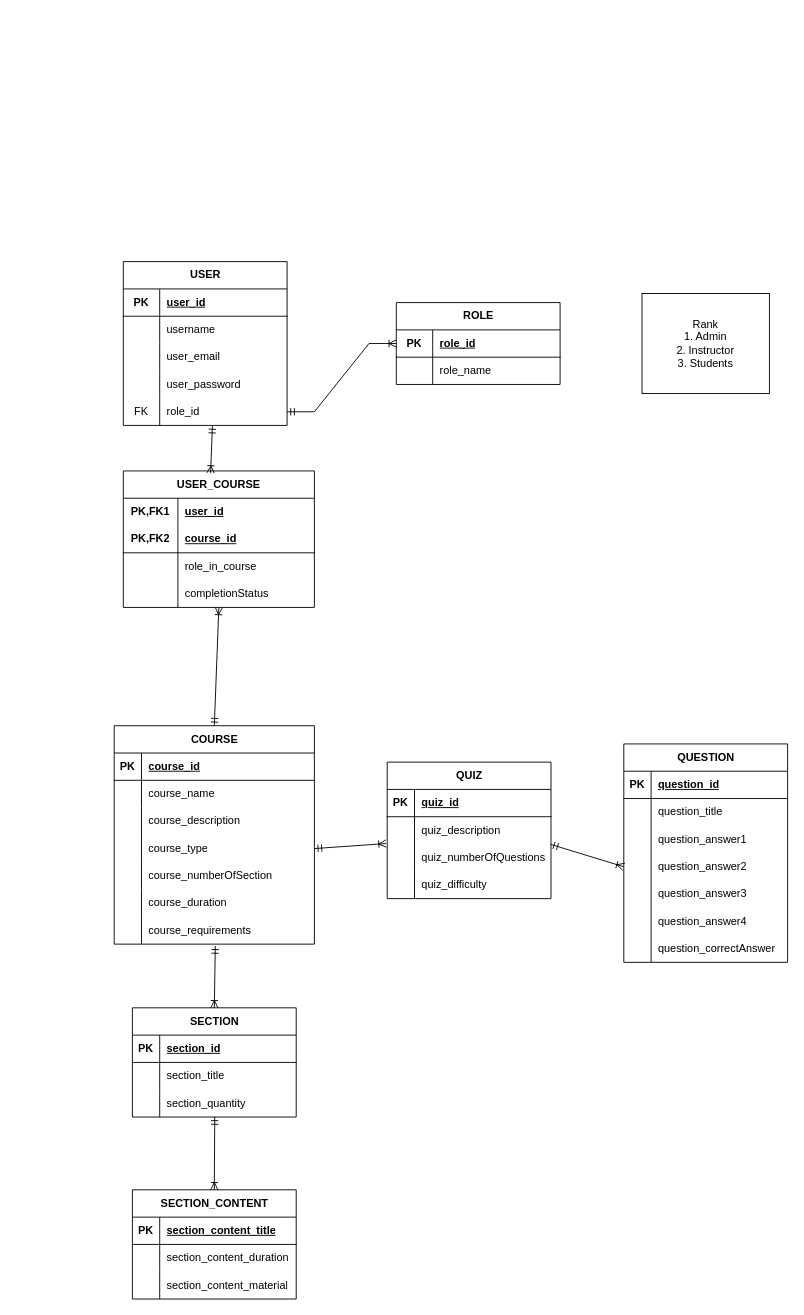
The draw.io diagram src/assets/LearnHub Initial ERD.drawio in wsomad/openlearnhub, before the edit. Source tidied: cells renumbered, new cells numbered last; positions are measured from the earlier drawing's top-left corner, leaving out a move shared by most shapes. Both pictures are drawn from the tidied source at 91%, with x=0, y=0 at pixel (114, 261).
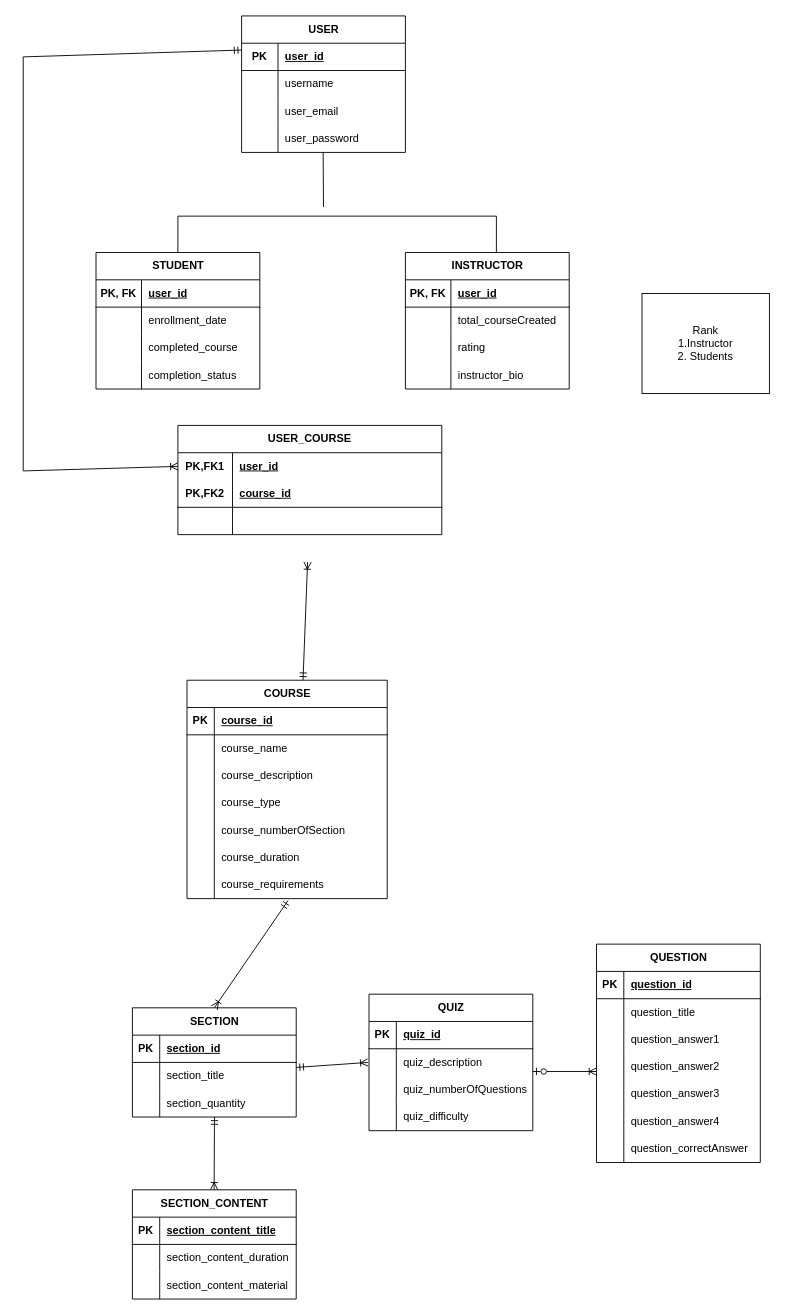
The same diagram, later.

The change refers to these unchanged cells:
```xml
<mxCell id="36" style="shape=tableRow;horizontal=0;startSize=0;swimlaneHead=0;swimlaneBody=0;fillColor=none;points=[[0,0.5],[1,0.5]];portConstraint=eastwest;top=0;left=0;right=0;bottom=0;" parent="26" vertex="1">
  <mxGeometry y="120" width="220" height="30" as="geometry" />
</mxCell>
<mxCell id="69" style="shape=tableRow;horizontal=0;startSize=0;swimlaneHead=0;swimlaneBody=0;fillColor=none;points=[[0,0.5],[1,0.5]];portConstraint=eastwest;top=0;left=0;right=0;bottom=0;" parent="62" vertex="1">
  <mxGeometry y="90" width="180" height="30" as="geometry" />
</mxCell>
<mxCell id="85" style="shape=tableRow;horizontal=0;startSize=0;swimlaneHead=0;swimlaneBody=0;fillColor=none;points=[[0,0.5],[1,0.5]];portConstraint=eastwest;top=0;left=0;right=0;bottom=0;" parent="75" vertex="1">
  <mxGeometry y="120" width="180" height="30" as="geometry" />
</mxCell>
<mxCell id="101" value="SECTION_CONTENT" style="shape=table;startSize=30;childLayout=tableLayout;rowLines=0;fontStyle=1;align=center;html=1;" parent="1" vertex="1">
  <mxGeometry x="20" y="1020" width="180" height="120" as="geometry" />
</mxCell>
```

Change to the diagram source:
```diff
@@
     <mxCell id="2" value="USER" style="shape=table;startSize=30;childLayout=tableLayout;rowLines=0;fontStyle=1;align=center;html=1;" parent="1" vertex="1">
-      <mxGeometry x="10" width="180" height="180" as="geometry" />
+      <mxGeometry x="140" y="-270" width="180" height="150" as="geometry" />
     </mxCell>
@@
-    <mxCell id="15" style="shape=tableRow;horizontal=0;startSize=0;swimlaneHead=0;swimlaneBody=0;fillColor=none;points=[[0,0.5],[1,0.5]];portConstraint=eastwest;top=0;left=0;right=0;bottom=0;" parent="2" vertex="1">
-      <mxGeometry y="150" width="180" height="30" as="geometry" />
-    </mxCell>
-    <mxCell id="16" value="FK" style="shape=partialRectangle;fillColor=none;top=0;left=0;bottom=0;right=0;overflow=hidden;whiteSpace=wrap;html=1;" parent="15" vertex="1">
-      <mxGeometry width="40" height="30" as="geometry" />
-    </mxCell>
-    <mxCell id="17" value="role_id" style="shape=partialRectangle;fillColor=none;top=0;left=0;bottom=0;right=0;align=left;spacingLeft=6;overflow=hidden;whiteSpace=wrap;html=1;" parent="15" vertex="1">
-      <mxGeometry x="40" width="140" height="30" as="geometry" />
-    </mxCell>
-    <mxCell id="18" value="ROLE" style="shape=table;startSize=30;childLayout=tableLayout;rowLines=0;fontStyle=1;align=center;html=1;" parent="1" vertex="1">
-      <mxGeometry x="310" y="45" width="180" height="90" as="geometry" />
-    </mxCell>
-    <mxCell id="19" style="shape=tableRow;horizontal=0;startSize=0;swimlaneHead=0;swimlaneBody=0;fillColor=none;points=[[0,0.5],[1,0.5]];portConstraint=eastwest;top=0;left=0;right=0;bottom=1;" parent="18" vertex="1">
-      <mxGeometry y="30" width="180" height="30" as="geometry" />
-    </mxCell>
-    <mxCell id="20" value="PK" style="shape=partialRectangle;fillColor=none;top=0;left=0;bottom=0;right=0;fontStyle=1;overflow=hidden;whiteSpace=wrap;html=1;" parent="19" vertex="1">
-      <mxGeometry width="40" height="30" as="geometry" />
-    </mxCell>
-    <mxCell id="21" value="role_id" style="shape=partialRectangle;fillColor=none;top=0;left=0;bottom=0;right=0;align=left;spacingLeft=6;fontStyle=5;overflow=hidden;whiteSpace=wrap;html=1;" parent="19" vertex="1">
-      <mxGeometry x="40" width="140" height="30" as="geometry" />
-    </mxCell>
-    <mxCell id="22" style="shape=tableRow;horizontal=0;startSize=0;swimlaneHead=0;swimlaneBody=0;fillColor=none;top=0;left=0;right=0;bottom=0;" parent="18" vertex="1">
-      <mxGeometry y="60" width="180" height="30" as="geometry" />
-    </mxCell>
-    <mxCell id="23" style="shape=partialRectangle;fillColor=none;top=0;left=0;bottom=0;right=0;overflow=hidden;whiteSpace=wrap;html=1;" parent="22" vertex="1">
-      <mxGeometry width="40" height="30" as="geometry" />
-    </mxCell>
-    <mxCell id="24" value="role_name" style="shape=partialRectangle;fillColor=none;top=0;left=0;bottom=0;right=0;align=left;spacingLeft=6;overflow=hidden;whiteSpace=wrap;html=1;" parent="22" vertex="1">
-      <mxGeometry x="40" width="140" height="30" as="geometry" />
-    </mxCell>
-    <mxCell id="25" style="edgeStyle=entityRelationEdgeStyle;fontSize=12;html=1;endArrow=ERoneToMany;startArrow=ERmandOne;rounded=0;exitX=1;exitY=0.5;exitDx=0;exitDy=0;entryX=0;entryY=0.5;entryDx=0;entryDy=0;endFill=0;" parent="1" edge="1" source="15" target="19">
-      <mxGeometry relative="1" as="geometry" />
-    </mxCell>
     <mxCell id="26" value="COURSE" style="shape=table;startSize=30;childLayout=tableLayout;rowLines=0;fontStyle=1;align=center;html=1;" parent="1" vertex="1">
-      <mxGeometry y="510" width="220" height="240" as="geometry" />
+      <mxGeometry x="80" y="460" width="220" height="240" as="geometry" />
     </mxCell>
@@
-    <mxCell id="48" value="Rank&lt;div&gt;1. Admin&lt;/div&gt;&lt;div&gt;2. Instructor&lt;/div&gt;&lt;div&gt;3. Students&lt;/div&gt;" style="rounded=0;whiteSpace=wrap;html=1;" parent="1" vertex="1">
+    <mxCell id="48" value="Rank&lt;div&gt;1.&lt;span style=&quot;background-color: initial;&quot;&gt;Instructor&lt;/span&gt;&lt;/div&gt;&lt;div&gt;2. Students&lt;/div&gt;" style="rounded=0;whiteSpace=wrap;html=1;" parent="1" vertex="1">
       <mxGeometry x="580" y="35" width="140" height="110" as="geometry" />
     </mxCell>
-    <mxCell id="49" value="USER_COURSE" style="shape=table;startSize=30;childLayout=tableLayout;rowLines=0;fontStyle=1;align=center;html=1;whiteSpace=wrap;" parent="1" vertex="1">
-      <mxGeometry x="10" y="230" width="210" height="150" as="geometry" />
-    </mxCell>
-    <mxCell id="50" style="shape=tableRow;horizontal=0;startSize=0;swimlaneHead=0;swimlaneBody=0;fillColor=none;top=0;left=0;right=0;bottom=0;html=1;" parent="49" vertex="1">
-      <mxGeometry y="30" width="210" height="30" as="geometry" />
-    </mxCell>
-    <mxCell id="51" value="PK,FK1" style="shape=partialRectangle;fillColor=none;top=0;left=0;bottom=0;right=0;fontStyle=1;overflow=hidden;html=1;whiteSpace=wrap;" parent="50" vertex="1">
-      <mxGeometry width="60" height="30" as="geometry" />
-    </mxCell>
-    <mxCell id="52" value="user_id" style="shape=partialRectangle;fillColor=none;top=0;left=0;bottom=0;right=0;align=left;spacingLeft=6;fontStyle=5;overflow=hidden;html=1;whiteSpace=wrap;" parent="50" vertex="1">
-      <mxGeometry x="60" width="150" height="30" as="geometry" />
-    </mxCell>
-    <mxCell id="53" style="shape=tableRow;horizontal=0;startSize=0;swimlaneHead=0;swimlaneBody=0;fillColor=none;top=0;left=0;right=0;bottom=1;html=1;" parent="49" vertex="1">
-      <mxGeometry y="60" width="210" height="30" as="geometry" />
-    </mxCell>
-    <mxCell id="54" value="PK,FK2" style="shape=partialRectangle;fillColor=none;top=0;left=0;bottom=0;right=0;fontStyle=1;overflow=hidden;html=1;whiteSpace=wrap;" parent="53" vertex="1">
-      <mxGeometry width="60" height="30" as="geometry" />
-    </mxCell>
-    <mxCell id="55" value="course_id" style="shape=partialRectangle;fillColor=none;top=0;left=0;bottom=0;right=0;align=left;spacingLeft=6;fontStyle=5;overflow=hidden;html=1;whiteSpace=wrap;" parent="53" vertex="1">
-      <mxGeometry x="60" width="150" height="30" as="geometry" />
-    </mxCell>
-    <mxCell id="56" style="shape=tableRow;horizontal=0;startSize=0;swimlaneHead=0;swimlaneBody=0;fillColor=none;top=0;left=0;right=0;bottom=0;html=1;" parent="49" vertex="1">
-      <mxGeometry y="90" width="210" height="30" as="geometry" />
-    </mxCell>
-    <mxCell id="57" style="shape=partialRectangle;fillColor=none;top=0;left=0;bottom=0;right=0;overflow=hidden;html=1;whiteSpace=wrap;" parent="56" vertex="1">
-      <mxGeometry width="60" height="30" as="geometry" />
-    </mxCell>
-    <mxCell id="58" value="role_in_course" style="shape=partialRectangle;fillColor=none;top=0;left=0;bottom=0;right=0;align=left;spacingLeft=6;overflow=hidden;html=1;whiteSpace=wrap;" parent="56" vertex="1">
-      <mxGeometry x="60" width="150" height="30" as="geometry" />
-    </mxCell>
-    <mxCell id="59" style="shape=tableRow;horizontal=0;startSize=0;swimlaneHead=0;swimlaneBody=0;fillColor=none;top=0;left=0;right=0;bottom=0;html=1;" parent="49" vertex="1">
-      <mxGeometry y="120" width="210" height="30" as="geometry" />
-    </mxCell>
-    <mxCell id="60" style="shape=partialRectangle;fillColor=none;top=0;left=0;bottom=0;right=0;overflow=hidden;html=1;whiteSpace=wrap;" parent="59" vertex="1">
-      <mxGeometry width="60" height="30" as="geometry" />
-    </mxCell>
-    <mxCell id="61" value="completionStatus" style="shape=partialRectangle;fillColor=none;top=0;left=0;bottom=0;right=0;align=left;spacingLeft=6;overflow=hidden;html=1;whiteSpace=wrap;" parent="59" vertex="1">
-      <mxGeometry x="60" width="150" height="30" as="geometry" />
-    </mxCell>
     <mxCell id="62" value="QUIZ" style="shape=table;startSize=30;childLayout=tableLayout;rowLines=0;fontStyle=1;align=center;html=1;" parent="1" vertex="1">
-      <mxGeometry x="300" y="550" width="180" height="150" as="geometry" />
+      <mxGeometry x="280" y="805" width="180" height="150" as="geometry" />
     </mxCell>
@@
     <mxCell id="75" value="QUESTION" style="shape=table;startSize=30;childLayout=tableLayout;rowLines=0;fontStyle=1;align=center;html=1;" parent="1" vertex="1">
-      <mxGeometry x="560" y="530" width="180" height="240" as="geometry" />
+      <mxGeometry x="530" y="750" width="180" height="240" as="geometry" />
     </mxCell>
@@
-    <mxCell id="97" style="fontSize=12;html=1;endArrow=ERoneToMany;startArrow=ERmandOne;rounded=0;exitX=0.544;exitY=1.007;exitDx=0;exitDy=0;exitPerimeter=0;entryX=0.457;entryY=0.015;entryDx=0;entryDy=0;entryPerimeter=0;" parent="1" edge="1" source="15" target="49">
-      <mxGeometry relative="1" as="geometry" />
-    </mxCell>
-    <mxCell id="98" style="fontSize=12;html=1;endArrow=ERoneToMany;startArrow=ERmandOne;rounded=0;exitX=0.5;exitY=0;exitDx=0;exitDy=0;entryX=0.5;entryY=1;entryDx=0;entryDy=0;" parent="1" edge="1" source="26" target="49">
-      <mxGeometry relative="1" as="geometry" />
+    <mxCell id="98" style="fontSize=12;html=1;endArrow=ERoneToMany;startArrow=ERmandOne;rounded=0;exitX=0.5;exitY=0;exitDx=0;exitDy=0;entryX=0.5;entryY=1;entryDx=0;entryDy=0;" parent="1" edge="1">
+      <mxGeometry relative="1" as="geometry">
+        <mxPoint x="207.5" y="460" as="sourcePoint" />
+        <mxPoint x="212.5" y="330" as="targetPoint" />
+      </mxGeometry>
     </mxCell>
-    <mxCell id="99" style="fontSize=12;html=1;endArrow=ERoneToMany;startArrow=ERmandOne;rounded=0;exitX=0.997;exitY=0.011;exitDx=0;exitDy=0;entryX=0;entryY=0.5;entryDx=0;entryDy=0;exitPerimeter=0;" parent="1" edge="1" source="69" target="85">
-      <mxGeometry relative="1" as="geometry" />
+    <mxCell id="99" style="fontSize=12;html=1;endArrow=ERoneToMany;startArrow=ERzeroToOne;rounded=0;exitX=0.997;exitY=0.011;exitDx=0;exitDy=0;exitPerimeter=0;startFill=0;" parent="1" edge="1">
+      <mxGeometry relative="1" as="geometry">
+        <mxPoint x="460" y="890" as="sourcePoint" />
+        <mxPoint x="530" y="890" as="targetPoint" />
+      </mxGeometry>
     </mxCell>
-    <mxCell id="100" style="fontSize=12;html=1;endArrow=ERoneToMany;startArrow=ERmandOne;rounded=0;exitX=1;exitY=0.5;exitDx=0;exitDy=0;entryX=-0.007;entryY=-0.017;entryDx=0;entryDy=0;entryPerimeter=0;" parent="1" edge="1" source="36" target="69">
-      <mxGeometry relative="1" as="geometry" />
+    <mxCell id="100" style="fontSize=12;html=1;endArrow=ERoneToMany;startArrow=ERmandOne;rounded=0;exitX=1;exitY=0.5;exitDx=0;exitDy=0;entryX=-0.007;entryY=-0.017;entryDx=0;entryDy=0;entryPerimeter=0;" parent="1" edge="1">
+      <mxGeometry relative="1" as="geometry">
+        <mxPoint x="200" y="885.5" as="sourcePoint" />
+        <mxPoint x="278.7" y="880" as="targetPoint" />
+      </mxGeometry>
     </mxCell>
@@
-    <mxCell id="122" style="fontSize=12;html=1;endArrow=ERoneToMany;startArrow=ERmandOne;rounded=0;exitX=0.505;exitY=1.067;exitDx=0;exitDy=0;entryX=0.5;entryY=0;entryDx=0;entryDy=0;exitPerimeter=0;" parent="1" edge="1" target="101">
+    <mxCell id="122" style="fontSize=12;html=1;endArrow=ERoneToMany;startArrow=ERmandOne;rounded=0;exitX=0.505;exitY=1.067;exitDx=0;exitDy=0;entryX=0.5;entryY=0;entryDx=0;entryDy=0;exitPerimeter=0;" parent="1" edge="1">
       <mxGeometry relative="1" as="geometry">
-        <mxPoint x="110.5" y="940" as="sourcePoint" />
+        <mxPoint x="110.2" y="940" as="sourcePoint" />
+        <mxPoint x="109.8" y="1020" as="targetPoint" />
       </mxGeometry>
     </mxCell>
+    <mxCell id="123" value="INSTRUCTOR" style="shape=table;startSize=30;childLayout=tableLayout;rowLines=0;fontStyle=1;align=center;html=1;" parent="1" vertex="1">
+      <mxGeometry x="320" y="-10" width="180" height="150" as="geometry" />
+    </mxCell>
+    <mxCell id="124" style="shape=tableRow;horizontal=0;startSize=0;swimlaneHead=0;swimlaneBody=0;fillColor=none;top=0;left=0;right=0;bottom=1;" parent="123" vertex="1">
+      <mxGeometry y="30" width="180" height="30" as="geometry" />
+    </mxCell>
+    <mxCell id="125" value="PK, FK" style="shape=partialRectangle;fillColor=none;top=0;left=0;bottom=0;right=0;fontStyle=1;overflow=hidden;whiteSpace=wrap;html=1;" parent="124" vertex="1">
+      <mxGeometry width="50" height="30" as="geometry" />
+    </mxCell>
+    <mxCell id="126" value="user_id" style="shape=partialRectangle;fillColor=none;top=0;left=0;bottom=0;right=0;align=left;spacingLeft=6;fontStyle=5;overflow=hidden;whiteSpace=wrap;html=1;" parent="124" vertex="1">
+      <mxGeometry x="50" width="130" height="30" as="geometry" />
+    </mxCell>
+    <mxCell id="127" style="shape=tableRow;horizontal=0;startSize=0;swimlaneHead=0;swimlaneBody=0;fillColor=none;top=0;left=0;right=0;bottom=0;" parent="123" vertex="1">
+      <mxGeometry y="60" width="180" height="30" as="geometry" />
+    </mxCell>
+    <mxCell id="128" style="shape=partialRectangle;fillColor=none;top=0;left=0;bottom=0;right=0;overflow=hidden;whiteSpace=wrap;html=1;" parent="127" vertex="1">
+      <mxGeometry width="50" height="30" as="geometry" />
+    </mxCell>
+    <mxCell id="129" value="total_courseCreated" style="shape=partialRectangle;fillColor=none;top=0;left=0;bottom=0;right=0;align=left;spacingLeft=6;overflow=hidden;whiteSpace=wrap;html=1;" parent="127" vertex="1">
+      <mxGeometry x="50" width="130" height="30" as="geometry" />
+    </mxCell>
+    <mxCell id="130" style="shape=tableRow;horizontal=0;startSize=0;swimlaneHead=0;swimlaneBody=0;fillColor=none;top=0;left=0;right=0;bottom=0;" parent="123" vertex="1">
+      <mxGeometry y="90" width="180" height="30" as="geometry" />
+    </mxCell>
+    <mxCell id="131" style="shape=partialRectangle;fillColor=none;top=0;left=0;bottom=0;right=0;overflow=hidden;whiteSpace=wrap;html=1;" parent="130" vertex="1">
+      <mxGeometry width="50" height="30" as="geometry" />
+    </mxCell>
+    <mxCell id="132" value="rating" style="shape=partialRectangle;fillColor=none;top=0;left=0;bottom=0;right=0;align=left;spacingLeft=6;overflow=hidden;whiteSpace=wrap;html=1;" parent="130" vertex="1">
+      <mxGeometry x="50" width="130" height="30" as="geometry" />
+    </mxCell>
+    <mxCell id="133" style="shape=tableRow;horizontal=0;startSize=0;swimlaneHead=0;swimlaneBody=0;fillColor=none;top=0;left=0;right=0;bottom=0;" parent="123" vertex="1">
+      <mxGeometry y="120" width="180" height="30" as="geometry" />
+    </mxCell>
+    <mxCell id="134" style="shape=partialRectangle;fillColor=none;top=0;left=0;bottom=0;right=0;overflow=hidden;whiteSpace=wrap;html=1;" parent="133" vertex="1">
+      <mxGeometry width="50" height="30" as="geometry" />
+    </mxCell>
+    <mxCell id="135" value="instructor_bio" style="shape=partialRectangle;fillColor=none;top=0;left=0;bottom=0;right=0;align=left;spacingLeft=6;overflow=hidden;whiteSpace=wrap;html=1;" parent="133" vertex="1">
+      <mxGeometry x="50" width="130" height="30" as="geometry" />
+    </mxCell>
+    <mxCell id="136" value="STUDENT" style="shape=table;startSize=30;childLayout=tableLayout;rowLines=0;fontStyle=1;align=center;html=1;" parent="1" vertex="1">
+      <mxGeometry x="-20" y="-10" width="180" height="150" as="geometry" />
+    </mxCell>
+    <mxCell id="137" style="shape=tableRow;horizontal=0;startSize=0;swimlaneHead=0;swimlaneBody=0;fillColor=none;top=0;left=0;right=0;bottom=1;" parent="136" vertex="1">
+      <mxGeometry y="30" width="180" height="30" as="geometry" />
+    </mxCell>
+    <mxCell id="138" value="PK, FK" style="shape=partialRectangle;fillColor=none;top=0;left=0;bottom=0;right=0;fontStyle=1;overflow=hidden;whiteSpace=wrap;html=1;" parent="137" vertex="1">
+      <mxGeometry width="50" height="30" as="geometry" />
+    </mxCell>
+    <mxCell id="139" value="user_id" style="shape=partialRectangle;fillColor=none;top=0;left=0;bottom=0;right=0;align=left;spacingLeft=6;fontStyle=5;overflow=hidden;whiteSpace=wrap;html=1;" parent="137" vertex="1">
+      <mxGeometry x="50" width="130" height="30" as="geometry" />
+    </mxCell>
+    <mxCell id="140" style="shape=tableRow;horizontal=0;startSize=0;swimlaneHead=0;swimlaneBody=0;fillColor=none;top=0;left=0;right=0;bottom=0;" parent="136" vertex="1">
+      <mxGeometry y="60" width="180" height="30" as="geometry" />
+    </mxCell>
+    <mxCell id="141" style="shape=partialRectangle;fillColor=none;top=0;left=0;bottom=0;right=0;overflow=hidden;whiteSpace=wrap;html=1;" parent="140" vertex="1">
+      <mxGeometry width="50" height="30" as="geometry" />
+    </mxCell>
+    <mxCell id="142" value="enrollment_date" style="shape=partialRectangle;fillColor=none;top=0;left=0;bottom=0;right=0;align=left;spacingLeft=6;overflow=hidden;whiteSpace=wrap;html=1;" parent="140" vertex="1">
+      <mxGeometry x="50" width="130" height="30" as="geometry" />
+    </mxCell>
+    <mxCell id="143" style="shape=tableRow;horizontal=0;startSize=0;swimlaneHead=0;swimlaneBody=0;fillColor=none;top=0;left=0;right=0;bottom=0;" parent="136" vertex="1">
+      <mxGeometry y="90" width="180" height="30" as="geometry" />
+    </mxCell>
+    <mxCell id="144" style="shape=partialRectangle;fillColor=none;top=0;left=0;bottom=0;right=0;overflow=hidden;whiteSpace=wrap;html=1;" parent="143" vertex="1">
+      <mxGeometry width="50" height="30" as="geometry" />
+    </mxCell>
+    <mxCell id="145" value="completed_course" style="shape=partialRectangle;fillColor=none;top=0;left=0;bottom=0;right=0;align=left;spacingLeft=6;overflow=hidden;whiteSpace=wrap;html=1;" parent="143" vertex="1">
+      <mxGeometry x="50" width="130" height="30" as="geometry" />
+    </mxCell>
+    <mxCell id="146" style="shape=tableRow;horizontal=0;startSize=0;swimlaneHead=0;swimlaneBody=0;fillColor=none;top=0;left=0;right=0;bottom=0;" parent="136" vertex="1">
+      <mxGeometry y="120" width="180" height="30" as="geometry" />
+    </mxCell>
+    <mxCell id="147" style="shape=partialRectangle;fillColor=none;top=0;left=0;bottom=0;right=0;overflow=hidden;whiteSpace=wrap;html=1;" parent="146" vertex="1">
+      <mxGeometry width="50" height="30" as="geometry" />
+    </mxCell>
+    <mxCell id="148" value="completion_status" style="shape=partialRectangle;fillColor=none;top=0;left=0;bottom=0;right=0;align=left;spacingLeft=6;overflow=hidden;whiteSpace=wrap;html=1;" parent="146" vertex="1">
+      <mxGeometry x="50" width="130" height="30" as="geometry" />
+    </mxCell>
+    <mxCell id="49" value="USER_COURSE" style="shape=table;startSize=30;childLayout=tableLayout;rowLines=0;fontStyle=1;align=center;html=1;whiteSpace=wrap;" parent="1" vertex="1">
+      <mxGeometry x="70" y="180" width="290" height="120" as="geometry" />
+    </mxCell>
+    <mxCell id="149" style="shape=tableRow;horizontal=0;startSize=0;swimlaneHead=0;swimlaneBody=0;fillColor=none;points=[[0,0.5],[1,0.5]];portConstraint=eastwest;top=0;left=0;right=0;bottom=0;html=1;" parent="49" vertex="1">
+      <mxGeometry y="30" width="290" height="30" as="geometry" />
+    </mxCell>
+    <mxCell id="51" value="PK,FK1" style="shape=partialRectangle;fillColor=none;top=0;left=0;bottom=0;right=0;fontStyle=1;overflow=hidden;html=1;whiteSpace=wrap;" parent="149" vertex="1">
+      <mxGeometry width="60" height="30" as="geometry" />
+    </mxCell>
+    <mxCell id="52" value="user_id" style="shape=partialRectangle;fillColor=none;top=0;left=0;bottom=0;right=0;align=left;spacingLeft=6;fontStyle=5;overflow=hidden;html=1;whiteSpace=wrap;" parent="149" vertex="1">
+      <mxGeometry x="60" width="230" height="30" as="geometry" />
+    </mxCell>
+    <mxCell id="150" style="shape=tableRow;horizontal=0;startSize=0;swimlaneHead=0;swimlaneBody=0;fillColor=none;top=0;left=0;right=0;bottom=1;html=1;" parent="49" vertex="1">
+      <mxGeometry y="60" width="290" height="30" as="geometry" />
+    </mxCell>
+    <mxCell id="54" value="PK,FK2" style="shape=partialRectangle;fillColor=none;top=0;left=0;bottom=0;right=0;fontStyle=1;overflow=hidden;html=1;whiteSpace=wrap;" parent="150" vertex="1">
+      <mxGeometry width="60" height="30" as="geometry" />
+    </mxCell>
+    <mxCell id="55" value="course_id" style="shape=partialRectangle;fillColor=none;top=0;left=0;bottom=0;right=0;align=left;spacingLeft=6;fontStyle=5;overflow=hidden;html=1;whiteSpace=wrap;" parent="150" vertex="1">
+      <mxGeometry x="60" width="230" height="30" as="geometry" />
+    </mxCell>
+    <mxCell id="151" style="shape=tableRow;horizontal=0;startSize=0;swimlaneHead=0;swimlaneBody=0;fillColor=none;top=0;left=0;right=0;bottom=0;html=1;" parent="49" vertex="1">
+      <mxGeometry y="90" width="290" height="30" as="geometry" />
+    </mxCell>
+    <mxCell id="152" style="shape=partialRectangle;fillColor=none;top=0;left=0;bottom=0;right=0;overflow=hidden;html=1;whiteSpace=wrap;" parent="151" vertex="1">
+      <mxGeometry width="60" height="30" as="geometry" />
+    </mxCell>
+    <mxCell id="153" style="shape=partialRectangle;fillColor=none;top=0;left=0;bottom=0;right=0;align=left;spacingLeft=6;overflow=hidden;html=1;whiteSpace=wrap;" parent="151" vertex="1">
+      <mxGeometry x="60" width="230" height="30" as="geometry" />
+    </mxCell>
+    <mxCell id="154" style="endArrow=none;html=1;rounded=0;" parent="1" edge="1">
+      <mxGeometry relative="1" as="geometry">
+        <mxPoint x="70" y="-50" as="sourcePoint" />
+        <mxPoint x="420" y="-50" as="targetPoint" />
+      </mxGeometry>
+    </mxCell>
+    <mxCell id="155" style="endArrow=none;html=1;rounded=0;entryX=0.539;entryY=1.022;entryDx=0;entryDy=0;entryPerimeter=0;" parent="1" edge="1">
+      <mxGeometry relative="1" as="geometry">
+        <mxPoint x="230" y="-60" as="sourcePoint" />
+        <mxPoint x="229.6" y="-120" as="targetPoint" />
+      </mxGeometry>
+    </mxCell>
+    <mxCell id="156" style="endArrow=none;html=1;rounded=0;exitX=0.5;exitY=0;exitDx=0;exitDy=0;" parent="1" edge="1" source="136">
+      <mxGeometry relative="1" as="geometry">
+        <mxPoint x="70" y="-50" as="targetPoint" />
+      </mxGeometry>
+    </mxCell>
+    <mxCell id="157" style="endArrow=none;html=1;rounded=0;exitX=0.5;exitY=0;exitDx=0;exitDy=0;" parent="1" edge="1">
+      <mxGeometry relative="1" as="geometry">
+        <mxPoint x="420" y="-10" as="sourcePoint" />
+        <mxPoint x="420" y="-50" as="targetPoint" />
+      </mxGeometry>
+    </mxCell>
+    <mxCell id="158" style="fontSize=12;html=1;endArrow=ERoneToMany;startArrow=ERmandOne;rounded=0;exitX=0;exitY=0.25;exitDx=0;exitDy=0;entryX=0;entryY=0.5;entryDx=0;entryDy=0;" parent="1" edge="1" source="2" target="149">
+      <mxGeometry relative="1" as="geometry">
+        <Array as="points">
+          <mxPoint x="-100" y="-225" />
+          <mxPoint x="-100" y="230" />
+        </Array>
+      </mxGeometry>
+    </mxCell>
```
